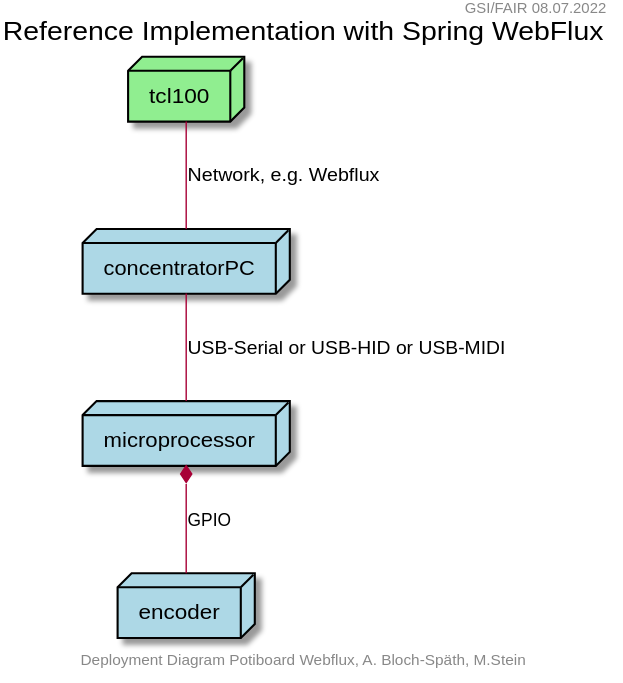
This is evaluation/common/img/komponenten-uml-01.svg from steinmartin/encoder-positions-docs, a PlantUML export, as it was before one commit.
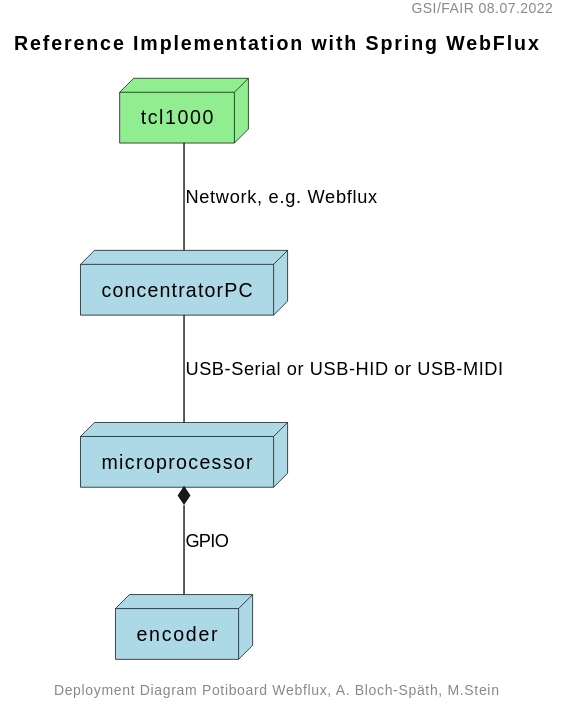
The same diagram one commit later.

What changed in the source:
```diff
@@ -5,13 +5,13 @@
 title Reference Implementation with Spring WebFlux
 
 
-node tcl100 #lightgreen;line:black;text:black
+node tcl1000 #lightgreen;line:black;text:black
 node concentratorPC #lightblue;line:black;text:black
 node microprocessor #lightblue;line:black;text:black
 node encoder #lightblue;line:black;text:black
 
 microprocessor *-- encoder : GPIO
 concentratorPC -- microprocessor : USB-Serial or USB-HID or USB-MIDI
-tcl100 -- concentratorPC : Network, e.g. Webflux
+tcl1000 -- concentratorPC : Network, e.g. Webflux
 
 @enduml
```
